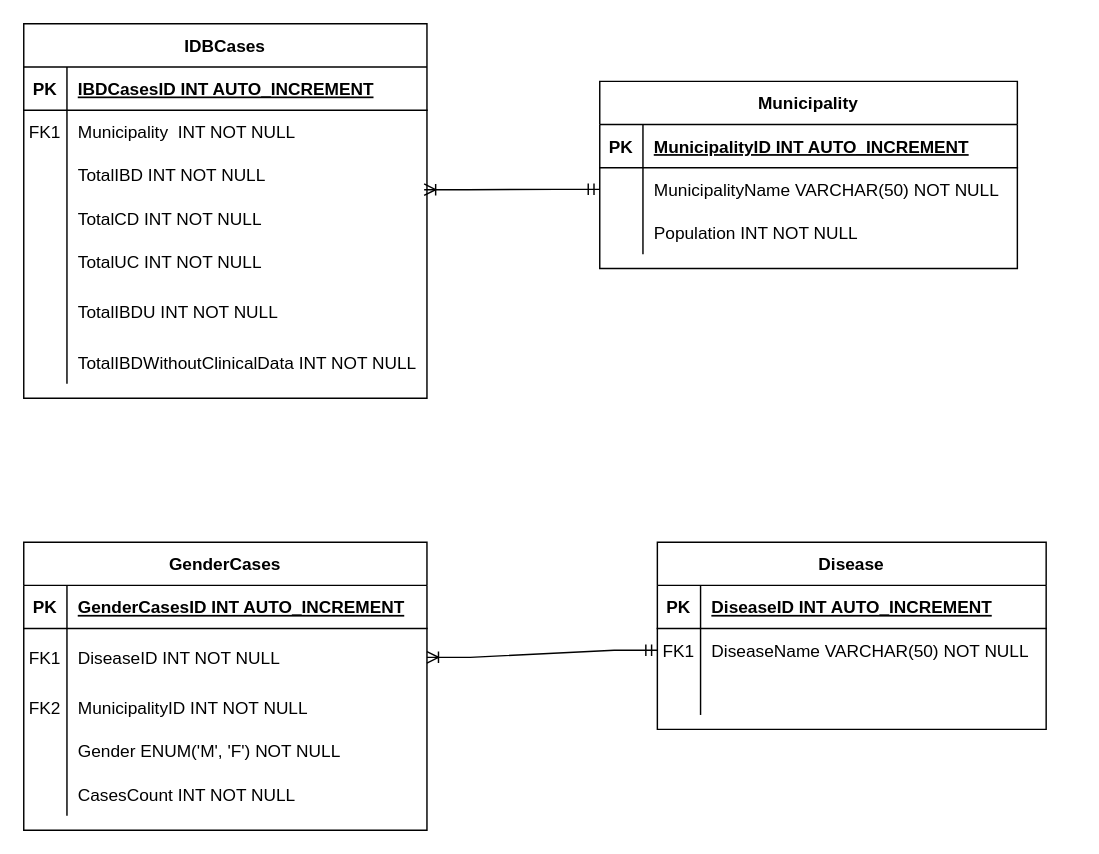
Before: Assignment XIV - Final Project.drawio in Katt9/Database-Design-for-Information-Organizations, a draw.io diagram. Source tidied: cells renumbered, new cells numbered last; positions are measured from the earlier drawing's top-left corner, leaving out a move shared by most shapes. Both pictures are drawn from the tidied source at 144%, with x=0, y=0 at pixel (23, 23).
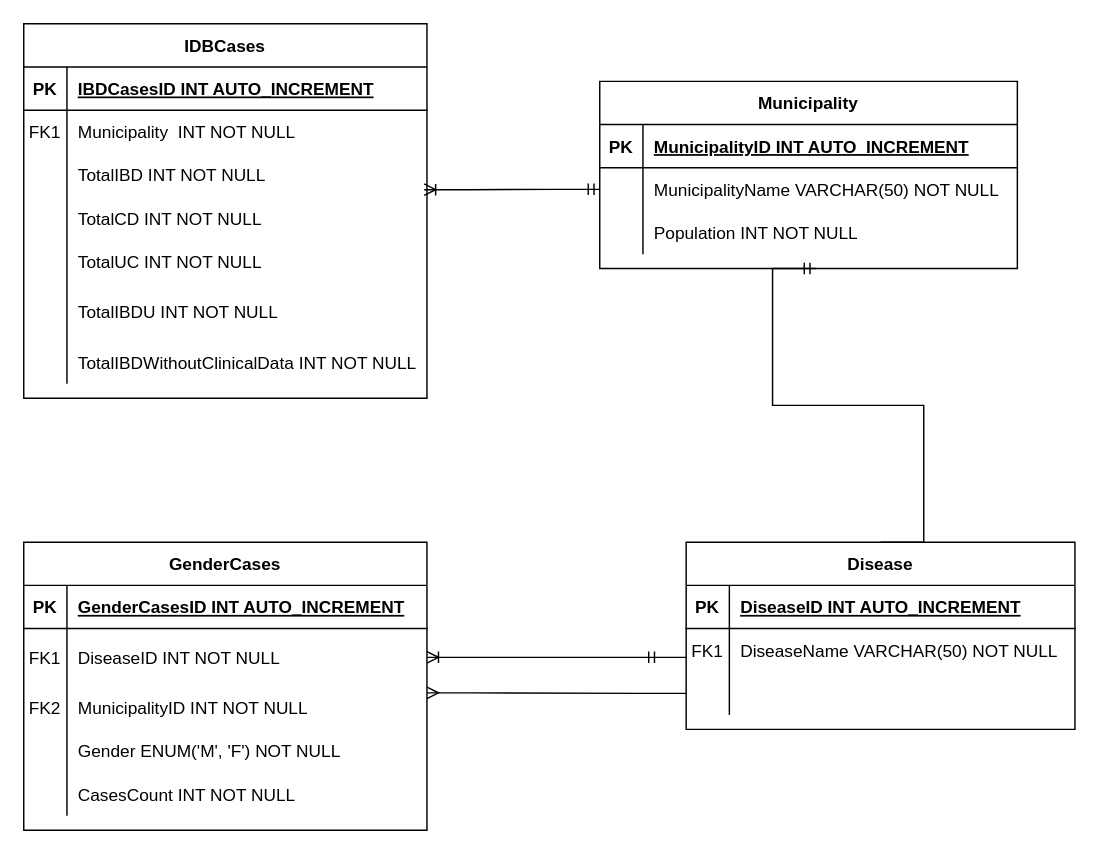
After the change.

The change refers to these unchanged cells:
```xml
<mxCell id="6" style="shape=partialRectangle;fillColor=none;points=[[0,0.5],[1,0.5]];portConstraint=eastwest;top=0;left=0;right=0;bottom=0;" parent="2" vertex="1">
  <mxGeometry y="60" width="270" height="30" as="geometry" />
</mxCell>
<mxCell id="9" style="shape=partialRectangle;fillColor=none;points=[[0,0.5],[1,0.5]];portConstraint=eastwest;top=0;left=0;right=0;bottom=0;" parent="2" vertex="1">
  <mxGeometry y="90" width="270" height="30" as="geometry" />
</mxCell>
<mxCell id="49" style="shape=partialRectangle;fillColor=none;points=[[0,0.5],[1,0.5]];portConstraint=eastwest;top=0;left=0;right=0;bottom=0;" parent="45" vertex="1">
  <mxGeometry y="60" width="280" height="40" as="geometry" />
</mxCell>
<mxCell id="52" style="shape=partialRectangle;fillColor=none;points=[[0,0.5],[1,0.5]];portConstraint=eastwest;top=0;left=0;right=0;bottom=0;" parent="45" vertex="1">
  <mxGeometry y="100" width="280" height="30" as="geometry" />
</mxCell>
```

The edit, as a diff of the source:
```diff
@@
     <mxCell id="2" value="Disease" style="shape=table;startSize=30;childLayout=tableLayout;rowLines=0;fontStyle=1;align=center;" parent="1" vertex="1">
-      <mxGeometry x="440" y="360" width="270" height="130" as="geometry" />
+      <mxGeometry x="460" y="360" width="270" height="130" as="geometry" />
     </mxCell>
@@
-    <mxCell id="61" style="edgeStyle=entityRelationEdgeStyle;fontSize=12;html=1;endArrow=ERoneToMany;startArrow=ERmandOne;rounded=0;entryX=1;entryY=0.5;entryDx=0;entryDy=0;exitX=0;exitY=0.5;exitDx=0;exitDy=0;" parent="1" edge="1" source="6" target="49">
-      <mxGeometry relative="1" as="geometry" />
+    <mxCell id="61" style="edgeStyle=entityRelationEdgeStyle;fontSize=12;html=1;endArrow=ERoneToMany;startArrow=ERmandOne;rounded=0;entryX=1;entryY=0.5;entryDx=0;entryDy=0;" parent="1" edge="1" target="49">
+      <mxGeometry relative="1" as="geometry">
+        <mxPoint x="430" y="440" as="sourcePoint" />
+        <Array as="points">
+          <mxPoint x="440" y="470" />
+          <mxPoint x="440" y="400" />
+        </Array>
+      </mxGeometry>
     </mxCell>
+    <mxCell id="62" style="edgeStyle=entityRelationEdgeStyle;fontSize=12;html=1;endArrow=ERmany;rounded=0;exitX=0;exitY=0.5;exitDx=0;exitDy=0;entryX=1;entryY=0.155;entryDx=0;entryDy=0;entryPerimeter=0;" parent="1" edge="1" source="9" target="52">
+      <mxGeometry relative="1" as="geometry" />
+    </mxCell>
+    <mxCell id="63" style="edgeStyle=entityRelationEdgeStyle;fontSize=12;html=1;endArrow=ERmandOne;rounded=0;exitX=0.5;exitY=0;exitDx=0;exitDy=0;" parent="1" edge="1" source="2">
+      <mxGeometry relative="1" as="geometry">
+        <mxPoint x="550" y="170" as="targetPoint" />
+        <Array as="points">
+          <mxPoint x="611.1" y="227.1" />
+          <mxPoint x="611.1" y="237.1" />
+          <mxPoint x="534.6" y="177.1" />
+          <mxPoint x="587.1" y="177.1" />
+        </Array>
+      </mxGeometry>
+    </mxCell>
```
